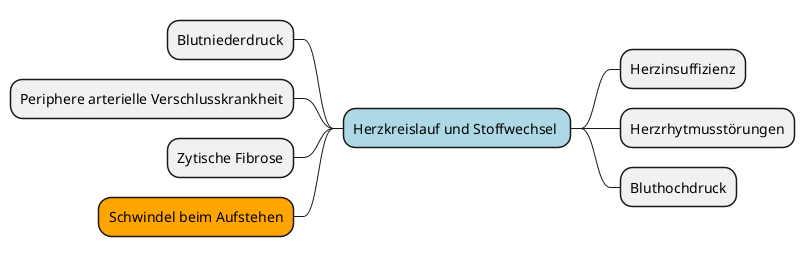
Before: mindmap/generated/physical-subcategories/mindmap-physical-herzkreislauf-und-stoffwechsel.png, a diagram exported from PlantUML (marcgauch/Masterarbeit-Daten).
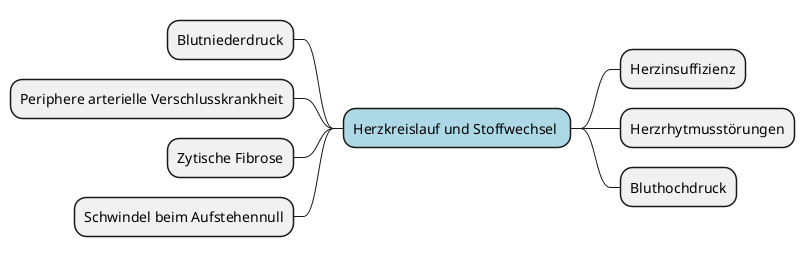
After the commit.

Diff of the diagram source:
```diff
@@ -18,5 +18,5 @@
 	* Blutniederdruck
 	* Periphere arterielle Verschlusskrankheit
 	* Zytische Fibrose
-	* Schwindel beim Aufstehen<<orange>>
+	* Schwindel beim Aufstehennull
 @endmindmap
```
